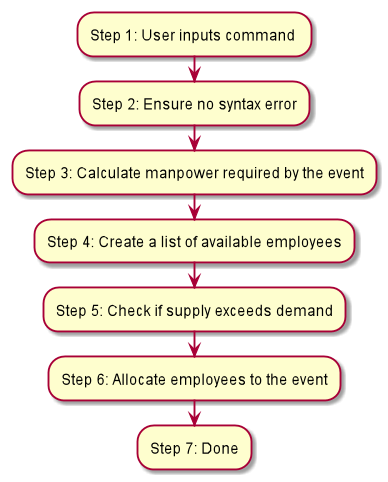
The PlantUML diagram docs/images/AutoAllocateFlowChart.png in nus-cs2103-AY1920S1/addressbook-level3, before a commit.
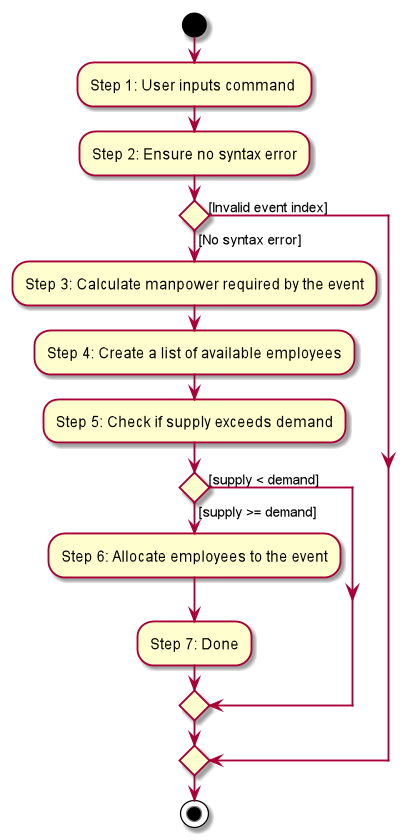
After the commit.

Diff of the diagram source:
```diff
@@ -1,10 +1,17 @@
 @startuml
+start
 :Step 1: User inputs command ;
 :Step 2: Ensure no syntax error;
+if () then ([No syntax error])
 :Step 3: Calculate manpower required by the event;
 :Step 4: Create a list of available employees;
 :Step 5: Check if supply exceeds demand;
+if () then ([supply >= demand])
 :Step 6: Allocate employees to the event;
 :Step 7: Done;
-
+else ([supply < demand])
+endif
+else ([Invalid event index])
+endif
+stop
 @enduml
```
